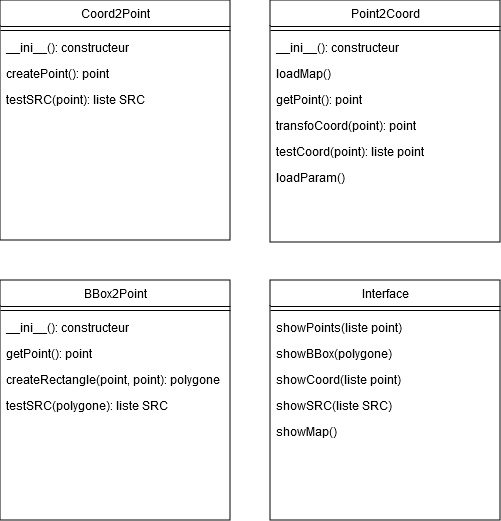
This is diag_classe_plugin.png from leonielrx/ProjetInfo_DoGeo, a draw.io export, as it was before one commit. Source tidied: cells renumbered, new cells last; positions are measured from the earlier drawing's top-left corner, leaving out a move shared by most shapes.
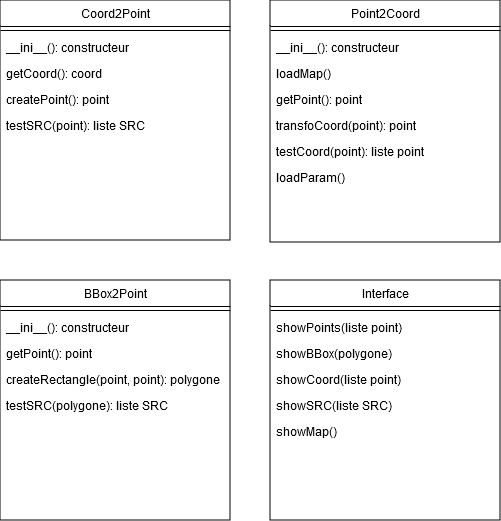
After the change.

Commit message:
Mettre à jour diag_classe_plugin.png

What changed in the source:
```diff
@@ -35,11 +35,14 @@
     <mxCell id="12" value="__ini__(): constructeur" style="text;align=left;verticalAlign=top;spacingLeft=4;spacingRight=4;overflow=hidden;" parent="10" vertex="1">
       <mxGeometry y="34" width="230" height="26" as="geometry" />
     </mxCell>
-    <mxCell id="13" value="createPoint(): point" style="text;align=left;verticalAlign=top;spacingLeft=4;spacingRight=4;overflow=hidden;" parent="10" vertex="1">
+    <mxCell id="13" value="getCoord(): coord" style="text;align=left;verticalAlign=top;spacingLeft=4;spacingRight=4;overflow=hidden;" parent="10" vertex="1">
       <mxGeometry y="60" width="230" height="26" as="geometry" />
     </mxCell>
+    <mxCell id="28" value="createPoint(): point" style="text;align=left;verticalAlign=top;spacingLeft=4;spacingRight=4;overflow=hidden;" parent="10" vertex="1">
+      <mxGeometry y="86" width="230" height="26" as="geometry" />
+    </mxCell>
     <mxCell id="14" value="testSRC(point): liste SRC" style="text;align=left;verticalAlign=top;spacingLeft=4;spacingRight=4;overflow=hidden;" parent="10" vertex="1">
-      <mxGeometry y="86" width="230" height="26" as="geometry" />
+      <mxGeometry y="112" width="230" height="26" as="geometry" />
     </mxCell>
     <mxCell id="15" value="BBox2Point" style="swimlane;fontStyle=0;align=center;verticalAlign=top;horizontal=1;startSize=26;rounded=0;shadow=0;strokeWidth=1;" parent="1" vertex="1">
       <mxGeometry y="280" width="230" height="240" as="geometry" />
```
